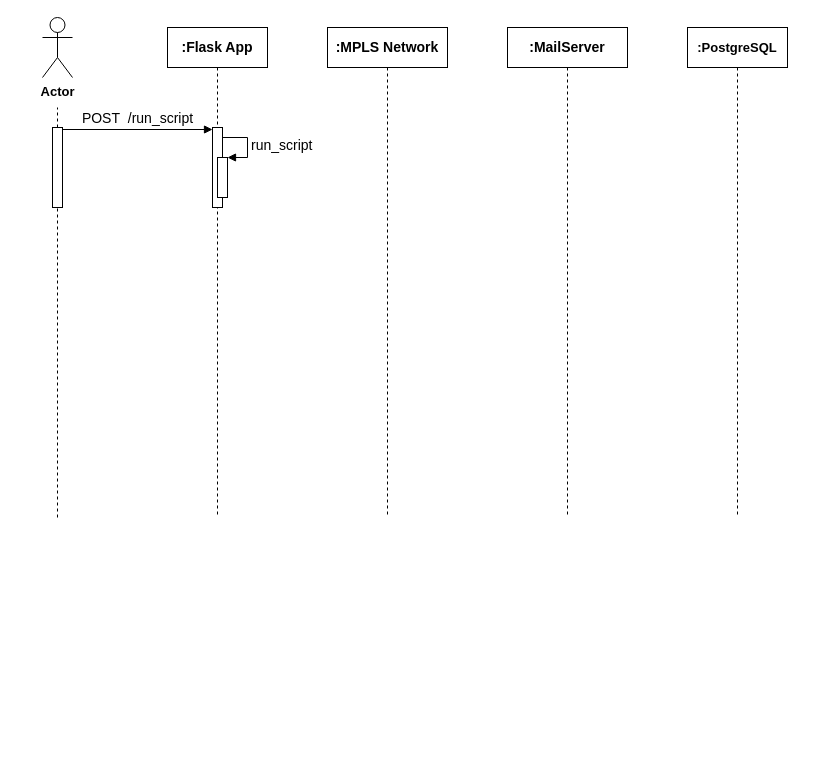
This is sequence_run_script.drawio from DrXneaky/Diagram, a draw.io file, before an edit. Source tidied: cells renumbered, new cells numbered last; positions are measured from the earlier drawing's top-left corner, leaving out a move shared by most shapes. Both pictures are drawn from the tidied source at 100%, with x=0, y=0 at pixel (42, 17).
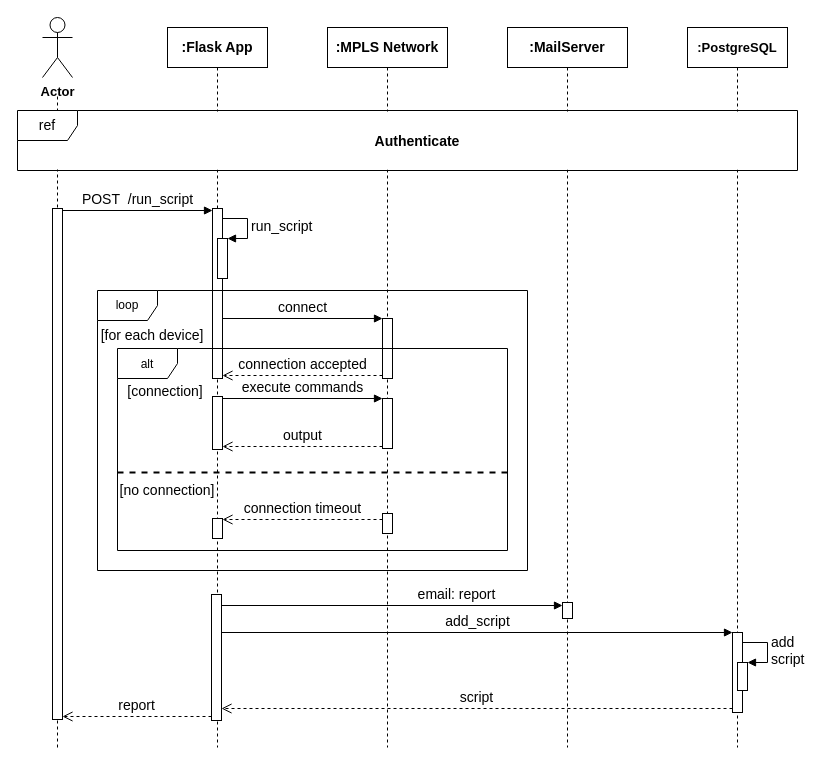
The same diagram, later.

Diff of the diagram source:
```diff
@@
+    <mxCell id="9" style="endArrow=none;dashed=1;html=1;" parent="1" edge="1">
+      <mxGeometry relative="1" as="geometry">
+        <mxPoint x="15" y="730" as="sourcePoint" />
+        <mxPoint x="15" y="78" as="targetPoint" />
+      </mxGeometry>
+    </mxCell>
     <mxCell id="2" value="&lt;font face=&quot;Old Standard TT&quot; size=&quot;1&quot;&gt;&lt;b style=&quot;font-size: 14px&quot;&gt;:MailServer&lt;/b&gt;&lt;/font&gt;" style="shape=umlLifeline;perimeter=lifelinePerimeter;whiteSpace=wrap;html=1;" parent="1" vertex="1">
-      <mxGeometry x="465" y="10" width="120" height="490" as="geometry" />
+      <mxGeometry x="465" y="10" width="120" height="720" as="geometry" />
     </mxCell>
+    <mxCell id="13" style="html=1;perimeter=orthogonalPerimeter;strokeWidth=1;fontFamily=Old Standard TT;fontSize=14;" parent="2" vertex="1">
+      <mxGeometry x="55" y="575" width="10" height="16" as="geometry" />
+    </mxCell>
     <mxCell id="3" value="&lt;font face=&quot;Old Standard TT&quot; size=&quot;1&quot;&gt;&lt;b style=&quot;font-size: 13px&quot;&gt;:PostgreSQL&lt;/b&gt;&lt;/font&gt;" style="shape=umlLifeline;perimeter=lifelinePerimeter;whiteSpace=wrap;html=1;" parent="1" vertex="1">
-      <mxGeometry x="645" y="10" width="100" height="490" as="geometry" />
+      <mxGeometry x="645" y="10" width="100" height="720" as="geometry" />
     </mxCell>
+    <mxCell id="14" style="html=1;points=[];perimeter=orthogonalPerimeter;strokeWidth=1;fontFamily=Old Standard TT;fontSize=14;" parent="3" vertex="1">
+      <mxGeometry x="45" y="605" width="10" height="80" as="geometry" />
+    </mxCell>
+    <mxCell id="15" style="html=1;points=[];perimeter=orthogonalPerimeter;strokeWidth=1;fontFamily=Old Standard TT;fontSize=14;" parent="3" vertex="1">
+      <mxGeometry x="50" y="635" width="10" height="28" as="geometry" />
+    </mxCell>
+    <mxCell id="16" value="add&lt;br&gt;script" style="edgeStyle=orthogonalEdgeStyle;html=1;align=left;spacingLeft=2;endArrow=block;rounded=0;entryX=1;entryY=0;labelBackgroundColor=none;fontFamily=Old Standard TT;fontSize=14;" parent="3" edge="1" target="15">
+      <mxGeometry relative="1" as="geometry">
+        <mxPoint x="55" y="615" as="sourcePoint" />
+        <Array as="points">
+          <mxPoint x="80" y="615" />
+        </Array>
+      </mxGeometry>
+    </mxCell>
@@
     <mxCell id="5" value="&lt;font face=&quot;Old Standard TT&quot; size=&quot;1&quot;&gt;&lt;b style=&quot;font-size: 14px&quot;&gt;:Flask App&lt;/b&gt;&lt;/font&gt;" style="shape=umlLifeline;perimeter=lifelinePerimeter;whiteSpace=wrap;html=1;" parent="1" vertex="1">
-      <mxGeometry x="125" y="10" width="100" height="490" as="geometry" />
+      <mxGeometry x="125" y="10" width="100" height="720" as="geometry" />
     </mxCell>
     <mxCell id="6" style="html=1;points=[];perimeter=orthogonalPerimeter;" parent="5" vertex="1">
-      <mxGeometry x="45" y="100" width="10" height="80" as="geometry" />
+      <mxGeometry x="45" y="181" width="10" height="170" as="geometry" />
     </mxCell>
     <mxCell id="7" style="html=1;points=[];perimeter=orthogonalPerimeter;" parent="5" vertex="1">
-      <mxGeometry x="50" y="130" width="10" height="40" as="geometry" />
+      <mxGeometry x="50" y="211" width="10" height="40" as="geometry" />
     </mxCell>
     <mxCell id="8" value="&lt;font face=&quot;Old Standard TT&quot; style=&quot;font-size: 14px&quot;&gt;run_script&lt;/font&gt;" style="edgeStyle=orthogonalEdgeStyle;html=1;align=left;spacingLeft=2;endArrow=block;rounded=0;entryX=1;entryY=0;" parent="5" edge="1" target="7">
       <mxGeometry relative="1" as="geometry">
-        <mxPoint x="55" y="110" as="sourcePoint" />
+        <mxPoint x="55" y="191" as="sourcePoint" />
         <Array as="points">
-          <mxPoint x="80" y="110" />
+          <mxPoint x="80" y="191" />
         </Array>
       </mxGeometry>
     </mxCell>
-    <mxCell id="9" style="endArrow=none;dashed=1;html=1;" parent="1" edge="1">
-      <mxGeometry relative="1" as="geometry">
-        <mxPoint x="15" y="500" as="sourcePoint" />
-        <mxPoint x="15" y="90" as="targetPoint" />
-      </mxGeometry>
-    </mxCell>
+    <mxCell id="17" style="html=1;points=[];perimeter=orthogonalPerimeter;fontFamily=Old Standard TT;fontSize=14;" parent="5" vertex="1">
+      <mxGeometry x="45" y="369" width="10" height="53" as="geometry" />
+    </mxCell>
+    <mxCell id="18" style="html=1;points=[];perimeter=orthogonalPerimeter;strokeWidth=1;fontFamily=Old Standard TT;fontSize=14;" parent="5" vertex="1">
+      <mxGeometry x="45" y="491" width="10" height="20" as="geometry" />
+    </mxCell>
+    <mxCell id="19" style="html=1;points=[];perimeter=orthogonalPerimeter;strokeWidth=1;fontFamily=Old Standard TT;fontSize=14;" parent="5" vertex="1">
+      <mxGeometry x="44" y="567" width="10" height="126" as="geometry" />
+    </mxCell>
     <mxCell id="10" value="&lt;font face=&quot;Old Standard TT&quot; style=&quot;font-size: 14px&quot;&gt;POST&amp;nbsp; /run_script&lt;/font&gt;" style="html=1;verticalAlign=bottom;endArrow=block;" parent="1" edge="1">
       <mxGeometry relative="1" as="geometry">
-        <mxPoint x="20" y="112" as="sourcePoint" />
-        <mxPoint x="170" y="112" as="targetPoint" />
+        <mxPoint x="20" y="193" as="sourcePoint" />
+        <mxPoint x="170" y="193" as="targetPoint" />
       </mxGeometry>
     </mxCell>
     <mxCell id="11" style="html=1;perimeter=orthogonalPerimeter;" parent="1" vertex="1">
-      <mxGeometry x="10" y="110" width="10" height="80" as="geometry" />
+      <mxGeometry x="10" y="191" width="10" height="511" as="geometry" />
     </mxCell>
     <mxCell id="12" value="&lt;font face=&quot;Old Standard TT&quot; size=&quot;1&quot;&gt;&lt;b style=&quot;font-size: 14px&quot;&gt;:MPLS Network&lt;/b&gt;&lt;/font&gt;" style="shape=umlLifeline;perimeter=lifelinePerimeter;whiteSpace=wrap;html=1;" parent="1" vertex="1">
-      <mxGeometry x="285" y="10" width="120" height="490" as="geometry" />
+      <mxGeometry x="285" y="10" width="120" height="720" as="geometry" />
     </mxCell>
+    <mxCell id="20" style="html=1;points=[];perimeter=orthogonalPerimeter;fontFamily=Old Standard TT;fontSize=14;" parent="12" vertex="1">
+      <mxGeometry x="55" y="291" width="10" height="60" as="geometry" />
+    </mxCell>
+    <mxCell id="21" style="html=1;points=[];perimeter=orthogonalPerimeter;fontFamily=Old Standard TT;fontSize=14;" parent="12" vertex="1">
+      <mxGeometry x="55" y="371" width="10" height="50" as="geometry" />
+    </mxCell>
+    <mxCell id="22" value="output" style="html=1;verticalAlign=bottom;endArrow=open;dashed=1;endSize=8;exitX=0;exitY=0.95;fontFamily=Old Standard TT;fontSize=14;" parent="12" edge="1" target="17">
+      <mxGeometry relative="1" as="geometry">
+        <mxPoint x="55" y="419" as="sourcePoint" />
+      </mxGeometry>
+    </mxCell>
+    <mxCell id="23" style="html=1;perimeter=orthogonalPerimeter;strokeWidth=1;fontFamily=Old Standard TT;fontSize=14;" parent="12" vertex="1">
+      <mxGeometry x="55" y="486" width="10" height="20" as="geometry" />
+    </mxCell>
+    <mxCell id="24" value="[for each device]" style="text;align=center;fontStyle=0;verticalAlign=middle;spacingLeft=3;spacingRight=3;strokeColor=none;fontFamily=Old Standard TT;fontSize=14;" parent="1" vertex="1">
+      <mxGeometry x="55" y="304" width="110" height="26" as="geometry" />
+    </mxCell>
+    <mxCell id="25" value="connect" style="html=1;verticalAlign=bottom;endArrow=block;entryX=0;entryY=0;fontFamily=Old Standard TT;fontSize=14;" parent="1" edge="1" target="20">
+      <mxGeometry relative="1" as="geometry">
+        <mxPoint x="180" y="301" as="sourcePoint" />
+      </mxGeometry>
+    </mxCell>
+    <mxCell id="26" value="connection accepted" style="html=1;verticalAlign=bottom;endArrow=open;dashed=1;endSize=8;exitX=0;exitY=0.95;fontFamily=Old Standard TT;fontSize=14;" parent="1" edge="1" source="20" target="6">
+      <mxGeometry relative="1" as="geometry" />
+    </mxCell>
+    <mxCell id="27" value="execute commands" style="html=1;verticalAlign=bottom;endArrow=block;entryX=0;entryY=0;fontFamily=Old Standard TT;fontSize=14;" parent="1" edge="1" source="17" target="21">
+      <mxGeometry relative="1" as="geometry" />
+    </mxCell>
+    <mxCell id="28" style="line;strokeWidth=2;fillColor=none;align=left;verticalAlign=middle;spacingTop=-1;spacingLeft=3;spacingRight=3;labelPosition=right;fontFamily=Old Standard TT;fontSize=14;dashed=1;" parent="1" vertex="1">
+      <mxGeometry x="75" y="451" width="390" height="8" as="geometry" />
+    </mxCell>
+    <mxCell id="29" value="[connection]" style="text;align=center;fontStyle=0;verticalAlign=middle;spacingLeft=3;spacingRight=3;strokeColor=none;fontFamily=Old Standard TT;fontSize=14;" parent="1" vertex="1">
+      <mxGeometry x="83" y="360" width="80" height="26" as="geometry" />
+    </mxCell>
+    <mxCell id="30" value="[no connection]" style="text;align=center;fontStyle=0;verticalAlign=middle;spacingLeft=3;spacingRight=3;strokeColor=none;fontFamily=Old Standard TT;fontSize=14;" parent="1" vertex="1">
+      <mxGeometry x="85" y="462" width="80" height="19" as="geometry" />
+    </mxCell>
+    <mxCell id="31" value="connection timeout" style="html=1;verticalAlign=bottom;endArrow=open;dashed=1;endSize=8;fontFamily=Old Standard TT;fontSize=14;" parent="1" edge="1" target="18">
+      <mxGeometry relative="1" as="geometry">
+        <mxPoint x="340" y="502" as="sourcePoint" />
+      </mxGeometry>
+    </mxCell>
+    <mxCell id="32" value="email: report" style="html=1;verticalAlign=bottom;endArrow=block;labelBackgroundColor=none;fontFamily=Old Standard TT;fontSize=14;" parent="1" edge="1">
+      <mxGeometry x="0.38" relative="1" as="geometry">
+        <mxPoint x="179" y="588" as="sourcePoint" />
+        <mxPoint x="520" y="588" as="targetPoint" />
+      </mxGeometry>
+    </mxCell>
+    <mxCell id="33" value="add_script" style="html=1;verticalAlign=bottom;endArrow=block;entryX=0;entryY=0;labelBackgroundColor=none;fontFamily=Old Standard TT;fontSize=14;" parent="1" edge="1" target="14">
+      <mxGeometry relative="1" as="geometry">
+        <mxPoint x="179" y="615" as="sourcePoint" />
+      </mxGeometry>
+    </mxCell>
+    <mxCell id="34" value="script" style="html=1;verticalAlign=bottom;endArrow=open;dashed=1;endSize=8;exitX=0;exitY=0.95;labelBackgroundColor=none;fontFamily=Old Standard TT;fontSize=14;" parent="1" edge="1" source="14" target="19">
+      <mxGeometry relative="1" as="geometry" />
+    </mxCell>
+    <mxCell id="35" value="report" style="html=1;verticalAlign=bottom;endArrow=open;dashed=1;endSize=8;labelBackgroundColor=none;fontFamily=Old Standard TT;fontSize=14;" parent="1" edge="1">
+      <mxGeometry relative="1" as="geometry">
+        <mxPoint x="169" y="699" as="sourcePoint" />
+        <mxPoint x="20" y="699" as="targetPoint" />
+      </mxGeometry>
+    </mxCell>
+    <mxCell id="36" value="Authenticate" style="text;align=center;fontStyle=1;verticalAlign=middle;spacingLeft=3;spacingRight=3;strokeColor=none;fontFamily=Old Standard TT;fontSize=14;fillColor=#ffffff;" parent="1" vertex="1">
+      <mxGeometry x="5" y="94" width="740" height="58" as="geometry" />
+    </mxCell>
+    <mxCell id="37" value="ref" style="shape=umlFrame;whiteSpace=wrap;html=1;strokeWidth=1;fontFamily=Old Standard TT;fontSize=14;" parent="1" vertex="1">
+      <mxGeometry x="-25" y="93" width="780" height="60" as="geometry" />
+    </mxCell>
+    <mxCell id="38" value="&lt;span style=&quot;font-family: &amp;#34;helvetica&amp;#34; ; font-size: 12px&quot;&gt;alt&lt;/span&gt;" style="shape=umlFrame;whiteSpace=wrap;html=1;fontFamily=Old Standard TT;fontSize=14;" parent="1" vertex="1">
+      <mxGeometry x="75" y="331" width="390" height="202" as="geometry" />
+    </mxCell>
+    <mxCell id="39" value="loop" style="shape=umlFrame;whiteSpace=wrap;html=1;" parent="1" vertex="1">
+      <mxGeometry x="55" y="273" width="430" height="280" as="geometry" />
+    </mxCell>
```
